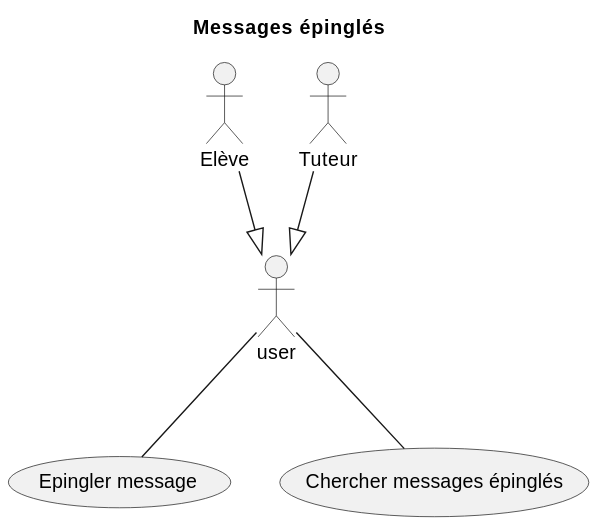
KMBCL/P3_specifications keeps this PlantUML diagram as docs/diagrams/communication/pined_message.svg. Above is the earlier version.
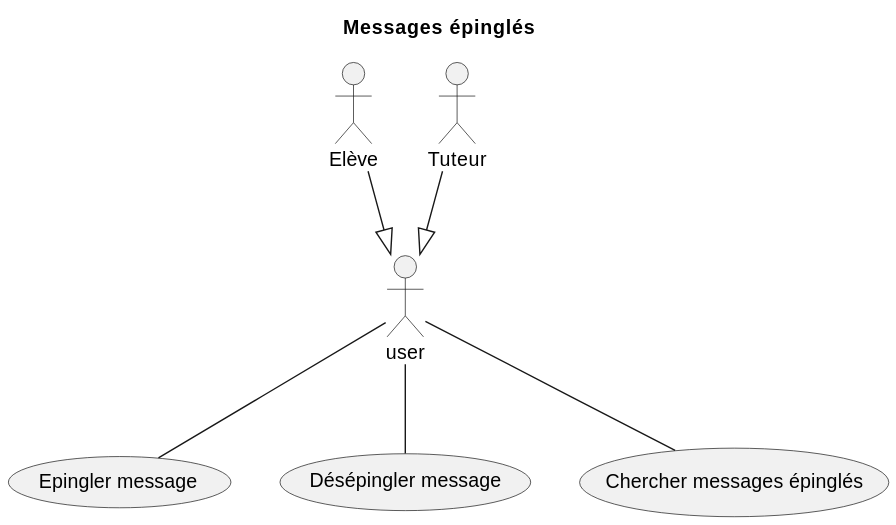
After the change.

Diff of the diagram source:
```diff
@@ -1,14 +1,16 @@
 @startuml
 title Messages épinglés
 
-!include /specifications/docs/diagrams/actors/actors.puml
+!include /specifications/docs/diagrams/actors/common.puml
 
 usecase "Epingler message" as pin_message
+usecase "Désépingler message" as upnin_message
 usecase "Chercher messages épinglés" as research_pined_message
 
 student --|> user
 tutor --|> user
 
 user -- pin_message
+user -- upnin_message
 user -- research_pined_message
 @enduml
```
